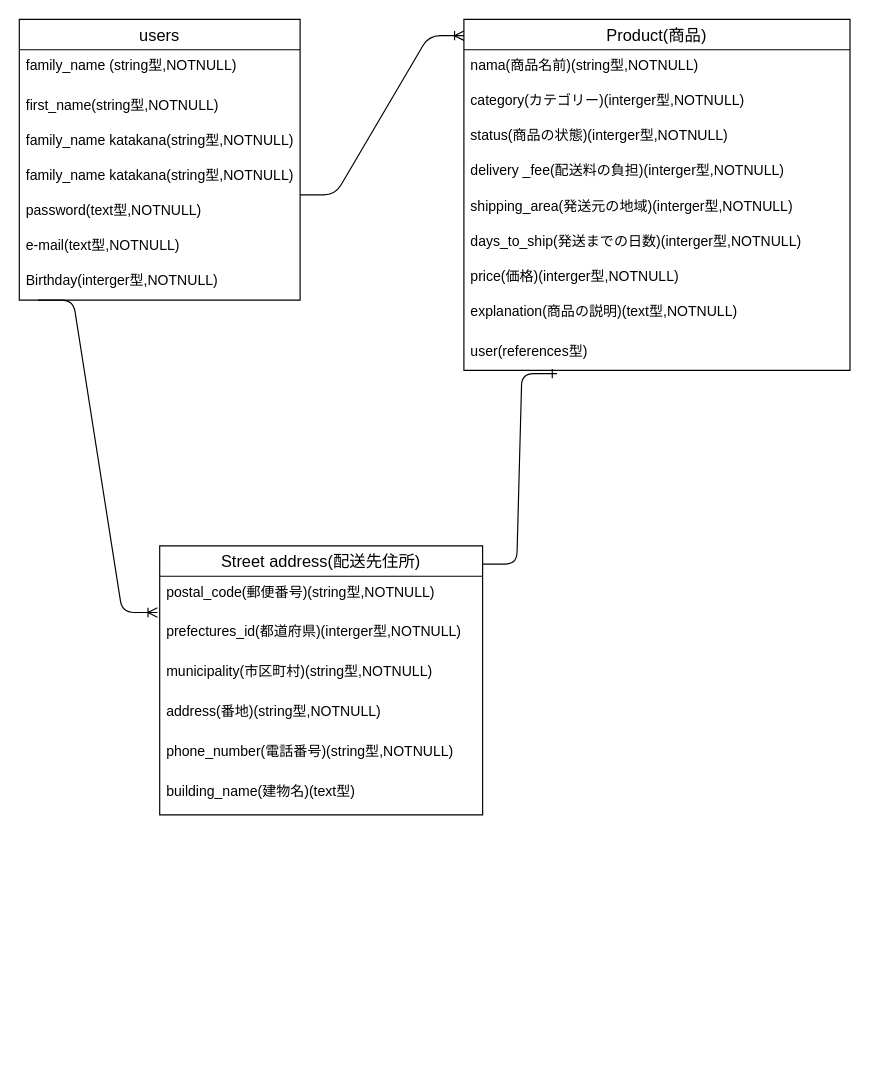
Earlier version of the draw.io diagram frima.dio (rikudomoto/furima-31703). Source tidied: cells renumbered, new cells numbered last; positions are measured from the earlier drawing's top-left corner, leaving out a move shared by most shapes. Both pictures are drawn from the tidied source at 117%, with x=0, y=0 at pixel (19, 19).
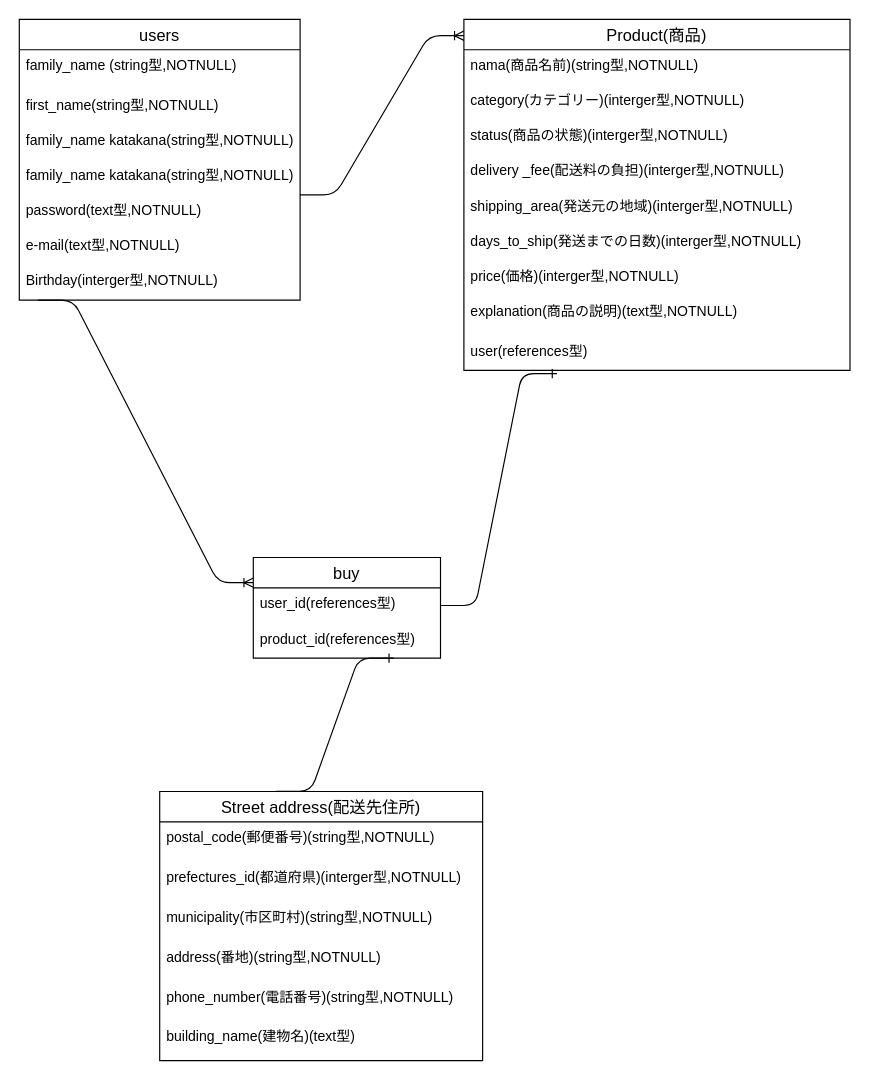
After the change.

Commit message (it also covers changes not shown here):
READMEテーブルの追加＆修正

Unchanged cells that the change refers to:
```xml
<mxCell id="10" value="&#10;&#10;&#10;" style="text;strokeColor=none;fillColor=none;spacingLeft=4;spacingRight=4;overflow=hidden;points=[[0,0.5],[1,0.5]];portConstraint=eastwest;fontSize=12;" parent="2" vertex="1">
  <mxGeometry y="240" width="240" as="geometry" />
</mxCell>
<mxCell id="20" value="user(references型)" style="text;strokeColor=none;fillColor=none;spacingLeft=4;spacingRight=4;overflow=hidden;points=[[0,0.5],[1,0.5]];portConstraint=eastwest;fontSize=12;" parent="11" vertex="1">
  <mxGeometry y="270" width="330" height="30" as="geometry" />
</mxCell>
```

Change to the diagram source:
```diff
@@
-    <mxCell id="22" style="edgeStyle=entityRelationEdgeStyle;fontSize=12;html=1;endArrow=ERoneToMany;entryX=-0.006;entryY=0.106;entryDx=0;entryDy=0;entryPerimeter=0;exitX=0.067;exitY=0;exitDx=0;exitDy=0;exitPerimeter=0;" parent="1" edge="1" source="10">
-      <mxGeometry relative="1" as="geometry">
-        <mxPoint x="118" y="507" as="targetPoint" />
-      </mxGeometry>
+    <mxCell id="22" style="edgeStyle=entityRelationEdgeStyle;fontSize=12;html=1;endArrow=ERoneToMany;entryX=0;entryY=0.25;entryDx=0;entryDy=0;exitX=0.067;exitY=0;exitDx=0;exitDy=0;exitPerimeter=0;" parent="1" edge="1" source="10" target="31">
+      <mxGeometry relative="1" as="geometry" />
     </mxCell>
-    <mxCell id="23" style="edgeStyle=entityRelationEdgeStyle;fontSize=12;html=1;endArrow=ERone;endFill=1;exitX=0.997;exitY=0.068;exitDx=0;exitDy=0;exitPerimeter=0;entryX=0.241;entryY=1.095;entryDx=0;entryDy=0;entryPerimeter=0;" parent="1" edge="1" source="24" target="20">
+    <mxCell id="23" style="edgeStyle=entityRelationEdgeStyle;fontSize=12;html=1;endArrow=ERone;endFill=1;entryX=0.241;entryY=1.095;entryDx=0;entryDy=0;entryPerimeter=0;exitX=1;exitY=0.5;exitDx=0;exitDy=0;" parent="1" edge="1" source="32" target="20">
       <mxGeometry relative="1" as="geometry" />
     </mxCell>
     <mxCell id="24" value="Street address(配送先住所)" style="swimlane;fontStyle=0;horizontal=1;startSize=26;align=center;fontSize=14;" parent="1" vertex="1">
-      <mxGeometry x="120" y="450" width="276" height="230" as="geometry" />
+      <mxGeometry x="120" y="660" width="276" height="230" as="geometry" />
     </mxCell>
@@
+    <mxCell id="31" value="buy" style="swimlane;fontStyle=0;horizontal=1;startSize=26;align=center;fontSize=14;" parent="1" vertex="1">
+      <mxGeometry x="200" y="460" width="160" height="86" as="geometry" />
+    </mxCell>
+    <mxCell id="32" value="user_id(references型)" style="text;strokeColor=none;fillColor=none;spacingLeft=4;spacingRight=4;overflow=hidden;points=[[0,0.5],[1,0.5]];portConstraint=eastwest;fontSize=12;" parent="31" vertex="1">
+      <mxGeometry y="26" width="160" height="30" as="geometry" />
+    </mxCell>
+    <mxCell id="33" value="product_id(references型)" style="text;strokeColor=none;fillColor=none;spacingLeft=4;spacingRight=4;overflow=hidden;fontSize=12;" parent="31" vertex="1">
+      <mxGeometry y="56" width="160" height="30" as="geometry" />
+    </mxCell>
+    <mxCell id="34" style="edgeStyle=entityRelationEdgeStyle;fontSize=12;html=1;endArrow=ERone;endFill=1;exitX=0.36;exitY=-0.001;exitDx=0;exitDy=0;exitPerimeter=0;" parent="1" edge="1" source="24">
+      <mxGeometry relative="1" as="geometry">
+        <mxPoint x="320" y="546" as="targetPoint" />
+      </mxGeometry>
+    </mxCell>
```
